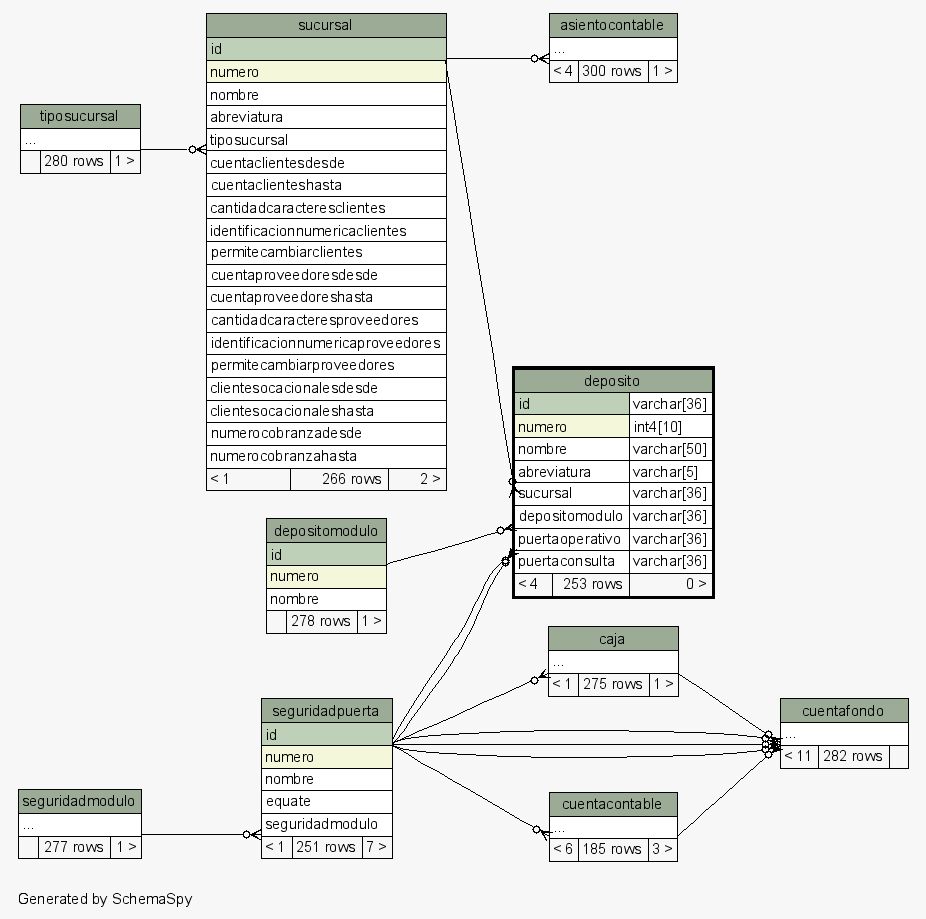
Before: postgresql/schemaSpy/salida/diagrams/deposito.2degrees.png, a diagram exported from Graphviz (diegopablomansilla/massoftware_front). Its source is kept beside it as postgresql/schemaSpy/salida/diagrams/deposito.2degrees.dot.
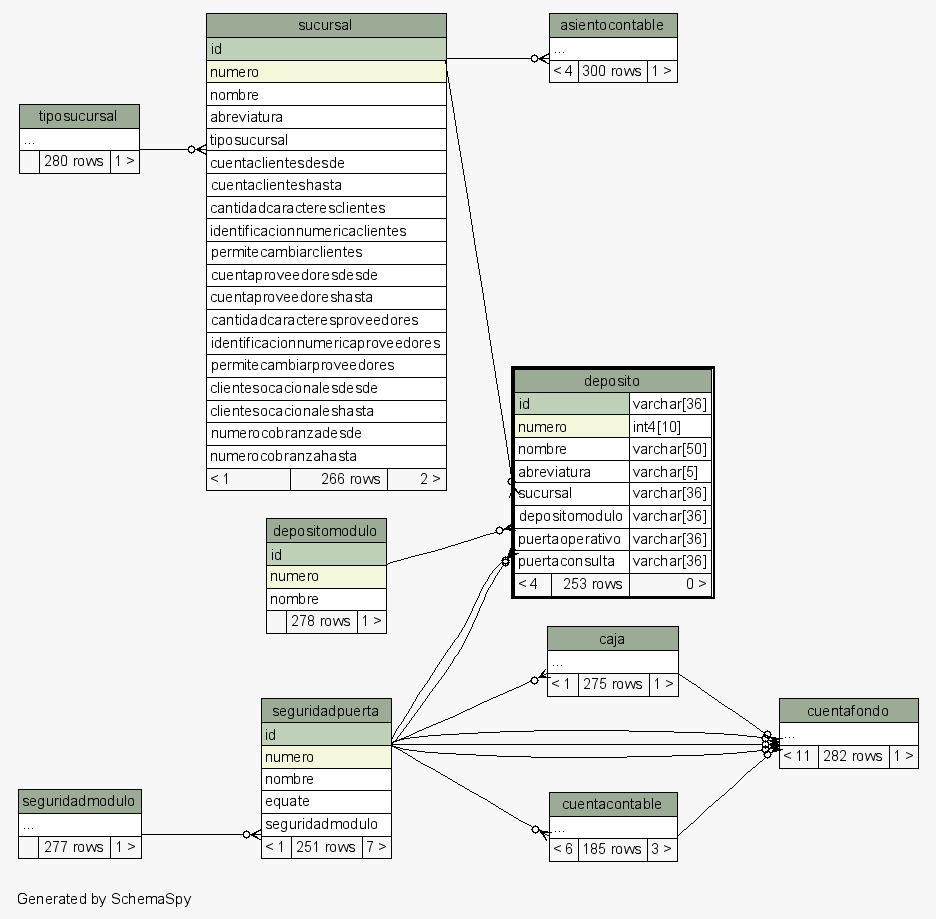
After the change.

Diff of the diagram source:
```diff
@@ -66,7 +66,7 @@
     <TABLE BORDER="0" CELLBORDER="1" CELLSPACING="0" BGCOLOR="#ffffff">
       <TR><TD COLSPAN="3" BGCOLOR="#9bab96" ALIGN="CENTER">cuentafondo</TD></TR>
       <TR><TD PORT="elipses" COLSPAN="3" ALIGN="LEFT">...</TD></TR>
-      <TR><TD ALIGN="LEFT" BGCOLOR="#f7f7f7">&lt; 11</TD><TD ALIGN="RIGHT" BGCOLOR="#f7f7f7">282 rows</TD><TD ALIGN="RIGHT" BGCOLOR="#f7f7f7">  </TD></TR>
+      <TR><TD ALIGN="LEFT" BGCOLOR="#f7f7f7">&lt; 11</TD><TD ALIGN="RIGHT" BGCOLOR="#f7f7f7">282 rows</TD><TD ALIGN="RIGHT" BGCOLOR="#f7f7f7">1 &gt;</TD></TR>
     </TABLE>>
     URL="cuentafondo.html"
     tooltip="cuentafondo"
```
